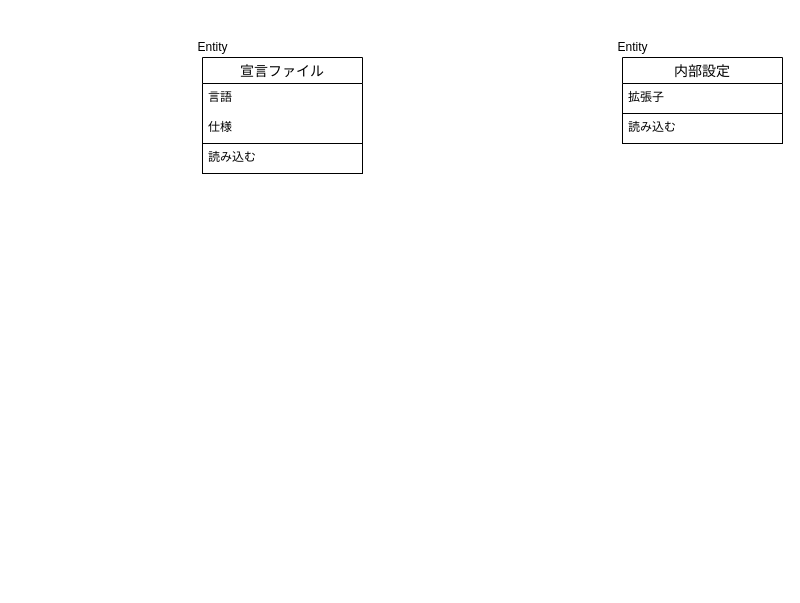
asweed888/clerk keeps this draw.io diagram as design.dio. Above is the earlier version. Source tidied: cells renumbered, new cells numbered last; positions are measured from the earlier drawing's top-left corner, leaving out a move shared by most shapes. Both pictures are drawn from the tidied source at 100%, with x=0, y=0 at pixel (187, 37).
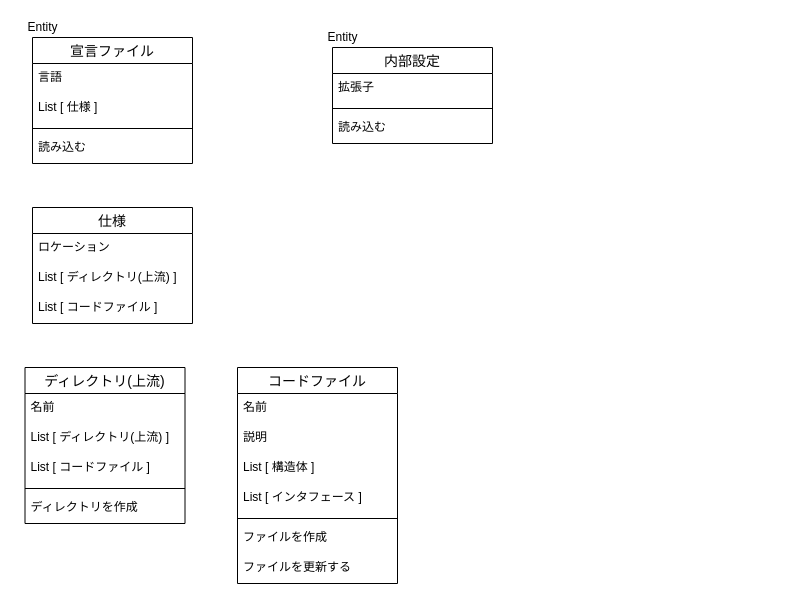
Above is the later version.

Commit message:
詳細を追加

The edit, as a diff of the source:
```diff
@@
     <mxCell id="2" style="group;" parent="1" vertex="1">
-      <mxGeometry width="175" height="136" as="geometry" />
+      <mxGeometry x="-170" y="-20" width="175" height="136" as="geometry" />
     </mxCell>
     <mxCell id="3" value="宣言ファイル" style="swimlane;fontStyle=0;horizontal=1;startSize=26;align=center;fontSize=14;" parent="2" vertex="1">
-      <mxGeometry x="15" y="20" width="160" height="116" as="geometry" />
+      <mxGeometry x="15" y="20" width="160" height="126" as="geometry" />
     </mxCell>
@@
-    <mxCell id="5" value="仕様" style="text;strokeColor=none;fillColor=none;spacingLeft=4;spacingRight=4;overflow=hidden;fontSize=12;" parent="3" vertex="1">
+    <mxCell id="5" value="List [ 仕様 ]" style="text;strokeColor=none;fillColor=none;spacingLeft=4;spacingRight=4;overflow=hidden;fontSize=12;" parent="3" vertex="1">
       <mxGeometry y="56" width="160" height="30" as="geometry" />
     </mxCell>
+    <mxCell id="13" style="line;strokeWidth=1;dashed=0;labelPosition=right;align=left;verticalAlign=middle;spacingTop=0;spacingLeft=6;strokeColor=default;" parent="3" vertex="1">
+      <mxGeometry y="86" width="160" height="10" as="geometry" />
+    </mxCell>
-    <mxCell id="6" value="読み込む" style="text;strokeColor=default;fillColor=none;spacingLeft=4;spacingRight=4;overflow=hidden;fontSize=12;" parent="3" vertex="1">
-      <mxGeometry y="86" width="160" height="30" as="geometry" />
+    <mxCell id="6" value="読み込む" style="text;strokeColor=none;fillColor=none;spacingLeft=4;spacingRight=4;overflow=hidden;fontSize=12;" parent="3" vertex="1">
+      <mxGeometry y="96" width="160" height="30" as="geometry" />
     </mxCell>
@@
     <mxCell id="8" style="group;" parent="1" vertex="1">
-      <mxGeometry x="420" width="175" height="106" as="geometry" />
+      <mxGeometry x="130" y="-10" width="175" height="106" as="geometry" />
     </mxCell>
     <mxCell id="9" value="内部設定" style="swimlane;fontStyle=0;horizontal=1;startSize=26;align=center;fontSize=14;" parent="8" vertex="1">
-      <mxGeometry x="15" y="20" width="160" height="86" as="geometry" />
+      <mxGeometry x="15" y="20" width="160" height="96" as="geometry" />
     </mxCell>
@@
+    <mxCell id="14" style="line;strokeWidth=1;dashed=0;labelPosition=right;align=left;verticalAlign=middle;spacingTop=0;spacingLeft=6;strokeColor=default;" parent="9" vertex="1">
+      <mxGeometry y="56" width="160" height="10" as="geometry" />
+    </mxCell>
-    <mxCell id="11" value="読み込む" style="text;strokeColor=default;fillColor=none;spacingLeft=4;spacingRight=4;overflow=hidden;fontSize=12;" parent="9" vertex="1">
-      <mxGeometry y="56" width="160" height="30" as="geometry" />
+    <mxCell id="11" value="読み込む" style="text;strokeColor=none;fillColor=none;spacingLeft=4;spacingRight=4;overflow=hidden;fontSize=12;" parent="9" vertex="1">
+      <mxGeometry y="66" width="160" height="30" as="geometry" />
     </mxCell>
@@
+    <mxCell id="15" value="仕様" style="swimlane;fontStyle=0;horizontal=1;startSize=26;align=center;fontSize=14;" parent="1" vertex="1">
+      <mxGeometry x="-155" y="170" width="160" height="116" as="geometry" />
+    </mxCell>
+    <mxCell id="16" value="ロケーション" style="text;strokeColor=none;fillColor=none;spacingLeft=4;spacingRight=4;overflow=hidden;fontSize=12;" parent="15" vertex="1">
+      <mxGeometry y="26" width="160" height="30" as="geometry" />
+    </mxCell>
+    <mxCell id="17" value="List [ ディレクトリ(上流) ]" style="text;strokeColor=none;fillColor=none;spacingLeft=4;spacingRight=4;overflow=hidden;fontSize=12;" parent="15" vertex="1">
+      <mxGeometry y="56" width="160" height="30" as="geometry" />
+    </mxCell>
+    <mxCell id="18" value="List [ コードファイル ]" style="text;strokeColor=none;fillColor=none;spacingLeft=4;spacingRight=4;overflow=hidden;fontSize=12;" parent="15" vertex="1">
+      <mxGeometry y="86" width="160" height="30" as="geometry" />
+    </mxCell>
+    <mxCell id="19" value="ディレクトリ(上流)" style="swimlane;fontStyle=0;horizontal=1;startSize=26;align=center;fontSize=14;" parent="1" vertex="1">
+      <mxGeometry x="-162.5" y="330" width="160" height="156" as="geometry" />
+    </mxCell>
+    <mxCell id="20" value="名前" style="text;strokeColor=none;fillColor=none;spacingLeft=4;spacingRight=4;overflow=hidden;fontSize=12;" parent="19" vertex="1">
+      <mxGeometry y="26" width="160" height="30" as="geometry" />
+    </mxCell>
+    <mxCell id="21" value="List [ ディレクトリ(上流) ]" style="text;strokeColor=none;fillColor=none;spacingLeft=4;spacingRight=4;overflow=hidden;fontSize=12;" parent="19" vertex="1">
+      <mxGeometry y="56" width="160" height="30" as="geometry" />
+    </mxCell>
+    <mxCell id="22" value="List [ コードファイル ]" style="text;strokeColor=none;fillColor=none;spacingLeft=4;spacingRight=4;overflow=hidden;fontSize=12;" parent="19" vertex="1">
+      <mxGeometry y="86" width="160" height="30" as="geometry" />
+    </mxCell>
+    <mxCell id="23" style="line;strokeWidth=1;dashed=0;labelPosition=right;align=left;verticalAlign=middle;spacingTop=0;spacingLeft=6;strokeColor=default;" parent="19" vertex="1">
+      <mxGeometry y="116" width="160" height="10" as="geometry" />
+    </mxCell>
+    <mxCell id="24" value="ディレクトリを作成" style="text;strokeColor=none;fillColor=none;spacingLeft=4;spacingRight=4;overflow=hidden;fontSize=12;" parent="19" vertex="1">
+      <mxGeometry y="126" width="160" height="30" as="geometry" />
+    </mxCell>
+    <mxCell id="25" value="コードファイル" style="swimlane;fontStyle=0;horizontal=1;startSize=26;align=center;fontSize=14;" parent="1" vertex="1">
+      <mxGeometry x="50" y="330" width="160" height="216" as="geometry" />
+    </mxCell>
+    <mxCell id="26" value="名前" style="text;strokeColor=none;fillColor=none;spacingLeft=4;spacingRight=4;overflow=hidden;fontSize=12;" parent="25" vertex="1">
+      <mxGeometry y="26" width="160" height="30" as="geometry" />
+    </mxCell>
+    <mxCell id="27" value="説明" style="text;strokeColor=none;fillColor=none;spacingLeft=4;spacingRight=4;overflow=hidden;fontSize=12;" parent="25" vertex="1">
+      <mxGeometry y="56" width="160" height="30" as="geometry" />
+    </mxCell>
+    <mxCell id="28" value="List [ 構造体 ]" style="text;strokeColor=none;fillColor=none;spacingLeft=4;spacingRight=4;overflow=hidden;fontSize=12;" parent="25" vertex="1">
+      <mxGeometry y="86" width="160" height="30" as="geometry" />
+    </mxCell>
+    <mxCell id="29" value="List [ インタフェース ]" style="text;strokeColor=none;fillColor=none;spacingLeft=4;spacingRight=4;overflow=hidden;fontSize=12;" parent="25" vertex="1">
+      <mxGeometry y="116" width="160" height="30" as="geometry" />
+    </mxCell>
+    <mxCell id="30" style="line;strokeWidth=1;dashed=0;labelPosition=right;align=left;verticalAlign=middle;spacingTop=0;spacingLeft=6;strokeColor=default;" parent="25" vertex="1">
+      <mxGeometry y="146" width="160" height="10" as="geometry" />
+    </mxCell>
+    <mxCell id="31" value="ファイルを作成" style="text;strokeColor=none;fillColor=none;spacingLeft=4;spacingRight=4;overflow=hidden;fontSize=12;" parent="25" vertex="1">
+      <mxGeometry y="156" width="160" height="30" as="geometry" />
+    </mxCell>
+    <mxCell id="32" value="ファイルを更新する" style="text;strokeColor=none;fillColor=none;spacingLeft=4;spacingRight=4;overflow=hidden;fontSize=12;" parent="25" vertex="1">
+      <mxGeometry y="186" width="160" height="30" as="geometry" />
+    </mxCell>
```
